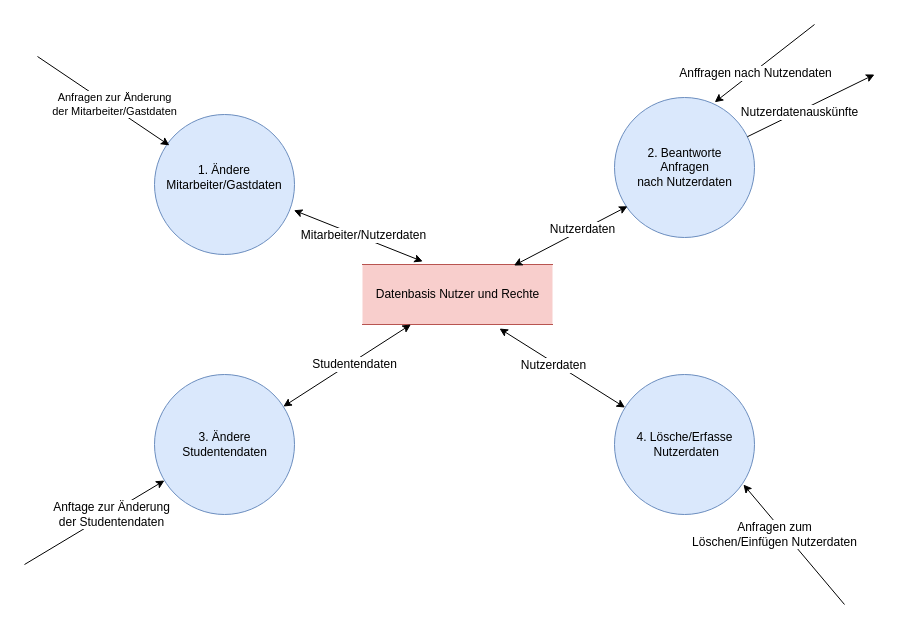
This is 2_Ontologies/Strukturierte Analyse/DFDs/Level2/DFD_2 Verwalte Nutzer.drawio from mostermann96/SWT2, a draw.io file, before an edit. Source tidied: cells renumbered, new cells numbered last; positions are measured from the earlier drawing's top-left corner, leaving out a move shared by most shapes. Both pictures are drawn from the tidied source at 100%, with x=0, y=0 at pixel (24, 24).
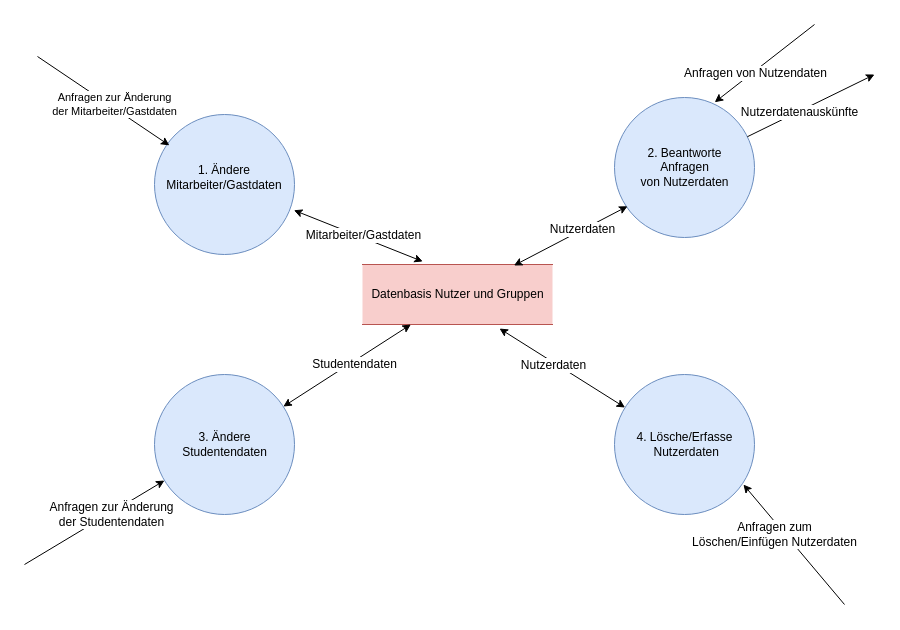
Above is the later version.

Commit message (it also covers changes not shown here):
modified DFD_2 Verwalte Nutzer, renamed and modified DFD_2 Verwalte Rechte

The change refers to these unchanged cells:
```xml
<mxCell id="9" style="endArrow=classic;startArrow=classic;html=1;entryX=0.317;entryY=-0.05;entryDx=0;entryDy=0;entryPerimeter=0;exitX=0.996;exitY=0.684;exitDx=0;exitDy=0;exitPerimeter=0;" parent="1" edge="1" source="2" target="6">
  <mxGeometry relative="1" as="geometry" />
</mxCell>
<mxCell id="11" style="endArrow=classic;html=1;" parent="1" edge="1" target="4">
  <mxGeometry relative="1" as="geometry">
    <mxPoint y="540" as="sourcePoint" />
  </mxGeometry>
</mxCell>
<mxCell id="15" style="endArrow=classic;html=1;entryX=0.716;entryY=0.034;entryDx=0;entryDy=0;entryPerimeter=0;" parent="1" edge="1" target="3">
  <mxGeometry relative="1" as="geometry">
    <mxPoint x="790" as="sourcePoint" />
  </mxGeometry>
</mxCell>
```

Diff of the diagram source:
```diff
@@
-    <mxCell id="3" value="2. Beantworte&lt;br&gt;Anfragen &lt;br&gt;nach Nutzerdaten" style="shape=ellipse;html=1;dashed=0;whitespace=wrap;perimeter=ellipsePerimeter;fillColor=#dae8fc;strokeColor=#6c8ebf;" parent="1" vertex="1">
+    <mxCell id="3" value="2. Beantworte&lt;br&gt;Anfragen &lt;br&gt;von Nutzerdaten" style="shape=ellipse;html=1;dashed=0;whitespace=wrap;perimeter=ellipsePerimeter;fillColor=#dae8fc;strokeColor=#6c8ebf;" parent="1" vertex="1">
       <mxGeometry x="590" y="73" width="140" height="140" as="geometry" />
     </mxCell>
@@
-    <mxCell id="6" value="Datenbasis Nutzer und Rechte" style="html=1;dashed=0;whitespace=wrap;shape=partialRectangle;right=0;left=0;fillColor=#f8cecc;strokeColor=#b85450;" parent="1" vertex="1">
+    <mxCell id="6" value="Datenbasis Nutzer und Gruppen" style="html=1;dashed=0;whitespace=wrap;shape=partialRectangle;right=0;left=0;fillColor=#f8cecc;strokeColor=#b85450;" parent="1" vertex="1">
       <mxGeometry x="338" y="240" width="190" height="60" as="geometry" />
     </mxCell>
@@
-    <mxCell id="10" value="Mitarbeiter/Nutzerdaten" style="text;html=1;align=center;verticalAlign=middle;labelBackgroundColor=#ffffff;" parent="9" vertex="1">
+    <mxCell id="10" value="Mitarbeiter/Gastdaten" style="text;html=1;align=center;verticalAlign=middle;labelBackgroundColor=#ffffff;" parent="9" vertex="1">
       <mxGeometry x="0.22" y="-2" relative="1" as="geometry">
         <mxPoint x="-9" y="-8.5" as="offset" />
       </mxGeometry>
     </mxCell>
@@
-    <mxCell id="12" value="Anftage zur Änderung&lt;br&gt;&amp;nbsp;der Studentendaten&amp;nbsp;" style="text;html=1;align=center;verticalAlign=middle;labelBackgroundColor=#ffffff;" parent="11" vertex="1">
+    <mxCell id="12" value="Anfragen zur Änderung&lt;br&gt;&amp;nbsp;der Studentendaten&amp;nbsp;" style="text;html=1;align=center;verticalAlign=middle;labelBackgroundColor=#ffffff;" parent="11" vertex="1">
       <mxGeometry x="0.21" y="-1" relative="1" as="geometry">
         <mxPoint x="1" as="offset" />
       </mxGeometry>
     </mxCell>
@@
-    <mxCell id="16" value="Anffragen nach Nutzendaten" style="text;html=1;align=center;verticalAlign=middle;labelBackgroundColor=#ffffff;" parent="15" vertex="1">
+    <mxCell id="16" value="Anfragen von Nutzendaten" style="text;html=1;align=center;verticalAlign=middle;labelBackgroundColor=#ffffff;" parent="15" vertex="1">
       <mxGeometry x="0.22" y="2" relative="1" as="geometry" />
     </mxCell>
```
